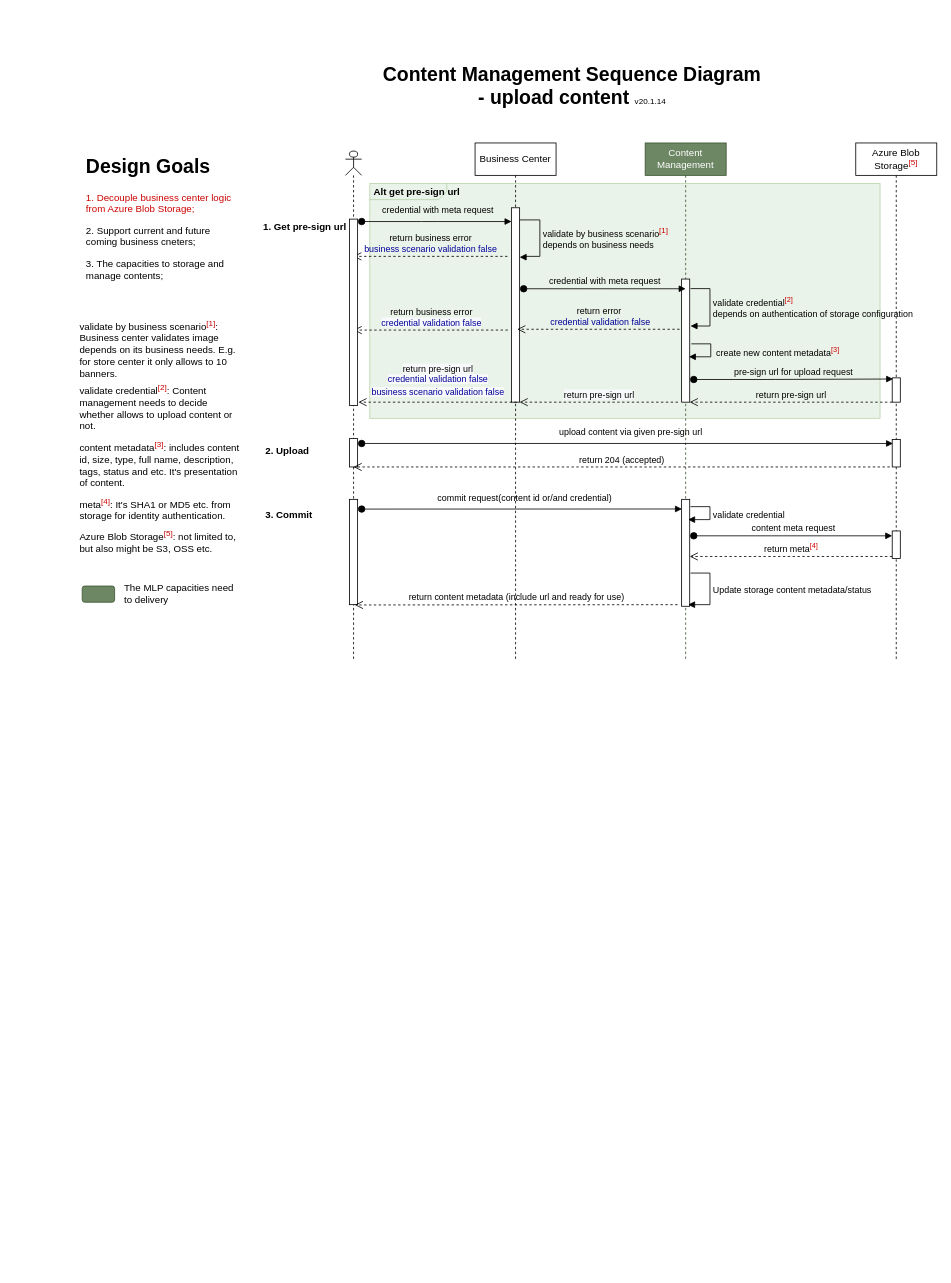
sotheair/designs keeps this draw.io diagram as page "Uploading User Case" (1 of 2) of Mid Layer Platform Content Business Flow.drawio. Above is the earlier version. Source tidied: cells renumbered, new cells numbered last; positions are measured from the earlier drawing's top-left corner, leaving out a move shared by most shapes. Both pictures are drawn from the tidied source at 81%, with x=0, y=0 at pixel (78, 78).
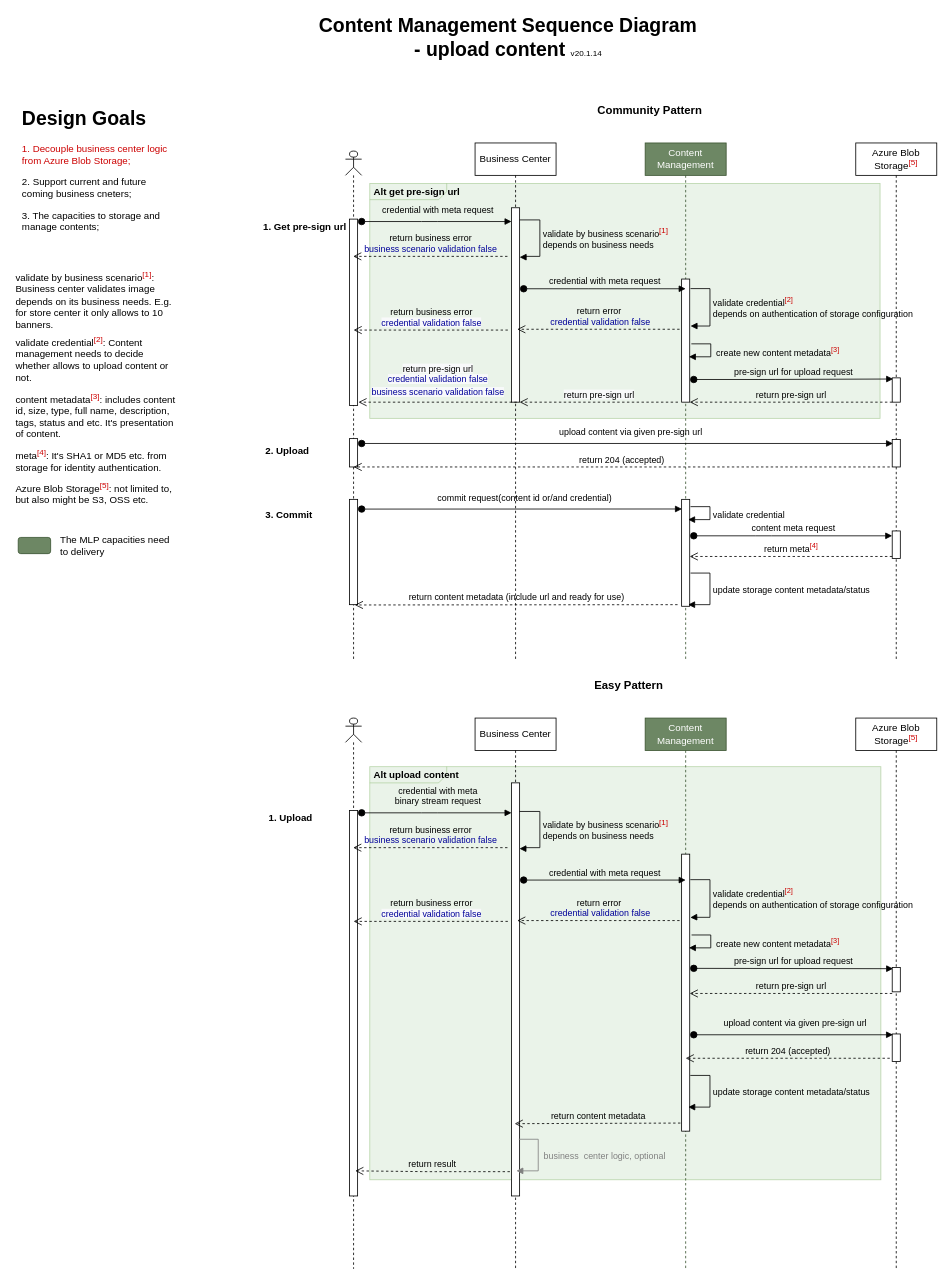
After the change.

Unchanged cells that the change refers to:
```xml
<mxCell id="6" style="shape=umlLifeline;participant=umlActor;perimeter=lifelinePerimeter;whiteSpace=wrap;html=1;verticalAlign=top;spacingTop=36;labelBackgroundColor=#ffffff;outlineConnect=0;size=30;" parent="1" vertex="1">
  <mxGeometry x="330" y="90" width="20" height="630" as="geometry" />
</mxCell>
```

Diff of the diagram source:
```diff
@@
     <mxCell id="15" value="&lt;font&gt;&lt;span style=&quot;font-weight: bold ; font-size: 24px&quot;&gt;Content Management Sequence Diagram&lt;/span&gt;&lt;br&gt;&lt;span style=&quot;font-weight: bold ; font-size: 24px&quot;&gt;- upload content &lt;/span&gt;&lt;font style=&quot;font-size: 10px&quot;&gt;v20.1.14&lt;/font&gt;&lt;br&gt;&lt;/font&gt;" style="text;html=1;strokeColor=none;fillColor=none;align=center;verticalAlign=middle;whiteSpace=wrap;rounded=0;" parent="1" vertex="1">
-      <mxGeometry x="350" width="520" height="20" as="geometry" />
+      <mxGeometry x="271" y="-60" width="520" height="20" as="geometry" />
     </mxCell>
@@
-    <mxCell id="17" value="return business error &lt;br&gt;&lt;font color=&quot;#000099&quot;&gt;business scenario validation false&lt;/font&gt;" style="html=1;verticalAlign=bottom;endArrow=open;dashed=1;endSize=8;labelBackgroundColor=none;" parent="1" edge="1" target="6">
-      <mxGeometry relative="1" as="geometry">
-        <mxPoint x="530" y="220" as="sourcePoint" />
-      </mxGeometry>
-    </mxCell>
@@
-    <mxCell id="24" value="return business error&lt;br&gt;&lt;span style=&quot;font: 11px / 1.2 &amp;#34;helvetica&amp;#34; ; text-align: center ; text-transform: none ; text-indent: 0px ; letter-spacing: normal ; text-decoration: none ; word-spacing: 0px ; display: inline ; white-space: nowrap ; float: none ; overflow-wrap: normal ; background-color: rgb(248 , 249 , 250)&quot;&gt;&lt;font color=&quot;#000099&quot;&gt;credential validation false&lt;/font&gt;&lt;/span&gt;" style="html=1;verticalAlign=bottom;endArrow=open;dashed=1;endSize=8;labelBackgroundColor=none;" parent="1" edge="1">
-      <mxGeometry relative="1" as="geometry">
-        <mxPoint x="530.5" y="311" as="sourcePoint" />
-        <mxPoint x="340" y="311" as="targetPoint" />
-      </mxGeometry>
-    </mxCell>
     <mxCell id="25" value="validate by business scenario&lt;sup&gt;&lt;font color=&quot;#cc0000&quot;&gt;[1]&lt;/font&gt;&lt;/sup&gt;: Business center validates image depends on its business needs. E.g. for store center it only allows to 10 banners.&amp;nbsp;" style="text;html=1;whiteSpace=wrap;" parent="1" vertex="1">
-      <mxGeometry y="290" width="200" height="80" as="geometry" />
+      <mxGeometry x="-79" y="230" width="200" height="80" as="geometry" />
     </mxCell>
     <mxCell id="26" value="validate credential&lt;sup&gt;&lt;font color=&quot;#cc0000&quot;&gt;[2]&lt;/font&gt;&lt;/sup&gt;: Content management needs to decide whether allows to upload content or not." style="text;html=1;whiteSpace=wrap;" parent="1" vertex="1">
-      <mxGeometry y="370" width="200" height="80" as="geometry" />
+      <mxGeometry x="-79" y="310" width="200" height="80" as="geometry" />
     </mxCell>
     <mxCell id="27" value="&lt;h1&gt;Design Goals&lt;/h1&gt;&lt;p&gt;&lt;font color=&quot;#cc0000&quot;&gt;1. Decouple business center logic from Azure Blob Storage;&lt;/font&gt;&lt;/p&gt;&lt;p&gt;2. Support current and future coming business cneters; &amp;nbsp;&lt;/p&gt;&lt;p&gt;3. The capacities to storage and manage contents;&lt;/p&gt;" style="text;html=1;strokeColor=none;fillColor=none;spacing=5;spacingTop=-20;whiteSpace=wrap;overflow=hidden;rounded=0;" parent="1" vertex="1">
-      <mxGeometry x="5" y="90" width="190" height="170" as="geometry" />
+      <mxGeometry x="-74" y="30" width="190" height="170" as="geometry" />
     </mxCell>
     <mxCell id="28" style="rounded=1;whiteSpace=wrap;html=1;fillColor=#6d8764;strokeColor=#3A5431;fontColor=#ffffff;" parent="1" vertex="1">
-      <mxGeometry x="5" y="627" width="40" height="20" as="geometry" />
+      <mxGeometry x="-74" y="567" width="40" height="20" as="geometry" />
     </mxCell>
     <mxCell id="29" value="The MLP capacities need to delivery" style="text;html=1;strokeColor=none;fillColor=none;align=left;verticalAlign=middle;whiteSpace=wrap;rounded=0;" parent="1" vertex="1">
-      <mxGeometry x="55" y="622" width="150" height="30" as="geometry" />
+      <mxGeometry x="-24" y="562" width="150" height="30" as="geometry" />
     </mxCell>
@@
-    <mxCell id="40" value="Update storage content metadata/status" style="edgeStyle=orthogonalEdgeStyle;html=1;align=left;spacingLeft=2;endArrow=block;rounded=0;labelBackgroundColor=none;" parent="1" edge="1">
+    <mxCell id="40" value="update storage content metadata/status" style="edgeStyle=orthogonalEdgeStyle;html=1;align=left;spacingLeft=2;endArrow=block;rounded=0;labelBackgroundColor=none;" parent="1" edge="1">
       <mxGeometry relative="1" as="geometry">
         <mxPoint x="756" y="611" as="sourcePoint" />
         <mxPoint x="753" y="650" as="targetPoint" />
         <Array as="points">
           <mxPoint x="780" y="611" />
           <mxPoint x="780" y="650" />
           <mxPoint x="753" y="650" />
         </Array>
       </mxGeometry>
     </mxCell>
@@
     <mxCell id="45" value="content metadata&lt;sup&gt;&lt;font color=&quot;#cc0000&quot;&gt;[3]&lt;/font&gt;&lt;/sup&gt;: includes content id, size, type, full name, description, tags, status and etc. It's presentation of content." style="text;html=1;whiteSpace=wrap;" parent="1" vertex="1">
-      <mxGeometry y="440" width="200" height="80" as="geometry" />
+      <mxGeometry x="-79" y="380" width="200" height="80" as="geometry" />
     </mxCell>
     <mxCell id="46" value="meta&lt;sup&gt;&lt;font color=&quot;#cc0000&quot;&gt;[4]&lt;/font&gt;&lt;/sup&gt;: It's SHA1 or MD5 etc. from storage for identity authentication." style="text;html=1;whiteSpace=wrap;" parent="1" vertex="1">
-      <mxGeometry y="510" width="200" height="50" as="geometry" />
+      <mxGeometry x="-79" y="450" width="200" height="50" as="geometry" />
     </mxCell>
     <mxCell id="47" value="Azure Blob Storage&lt;sup&gt;&lt;font color=&quot;#cc0000&quot;&gt;[5]&lt;/font&gt;&lt;/sup&gt;: not limited to, but also might be S3, OSS etc. " style="text;html=1;whiteSpace=wrap;" parent="1" vertex="1">
-      <mxGeometry y="550" width="200" height="50" as="geometry" />
+      <mxGeometry x="-79" y="490" width="200" height="50" as="geometry" />
     </mxCell>
+    <mxCell id="48" value="&lt;p style=&quot;margin: 0px ; margin-top: 4px ; margin-left: 5px ; text-align: left&quot;&gt;&lt;b&gt;Alt&lt;/b&gt; &lt;b&gt;upload content&lt;/b&gt;&lt;/p&gt;" style="html=1;shape=mxgraph.sysml.package;overflow=fill;labelX=95;align=left;spacingLeft=5;verticalAlign=top;spacingTop=-3;fillColor=#d5e8d4;strokeColor=#82b366;opacity=50;" parent="1" vertex="1">
+      <mxGeometry x="360" y="850" width="631" height="510" as="geometry" />
+    </mxCell>
+    <mxCell id="49" value="Content Management" style="shape=umlLifeline;perimeter=lifelinePerimeter;whiteSpace=wrap;html=1;fillColor=#6d8764;strokeColor=#3A5431;fontColor=#ffffff;" parent="1" vertex="1">
+      <mxGeometry x="700" y="790" width="100" height="680" as="geometry" />
+    </mxCell>
+    <mxCell id="50" style="html=1;perimeter=orthogonalPerimeter;" parent="49" vertex="1">
+      <mxGeometry x="45" y="168" width="10" height="342" as="geometry" />
+    </mxCell>
+    <mxCell id="51" value="pre-sign url for upload request" style="html=1;verticalAlign=bottom;startArrow=oval;startFill=1;endArrow=block;startSize=8;labelBackgroundColor=none;entryX=0.116;entryY=0.047;entryDx=0;entryDy=0;entryPerimeter=0;" parent="49" edge="1" target="56">
+      <mxGeometry relative="1" as="geometry">
+        <mxPoint x="60" y="309" as="sourcePoint" />
+      </mxGeometry>
+    </mxCell>
+    <mxCell id="52" style="shape=umlLifeline;participant=umlActor;perimeter=lifelinePerimeter;whiteSpace=wrap;html=1;verticalAlign=top;spacingTop=36;labelBackgroundColor=#ffffff;outlineConnect=0;size=30;" parent="1" vertex="1">
+      <mxGeometry x="330" y="790" width="20" height="680" as="geometry" />
+    </mxCell>
+    <mxCell id="53" value="Business Center" style="shape=umlLifeline;perimeter=lifelinePerimeter;whiteSpace=wrap;html=1;" parent="1" vertex="1">
+      <mxGeometry x="490" y="790" width="100" height="680" as="geometry" />
+    </mxCell>
+    <mxCell id="54" style="html=1;points=[];perimeter=orthogonalPerimeter;" parent="53" vertex="1">
+      <mxGeometry x="45" y="80" width="10" height="510" as="geometry" />
+    </mxCell>
+    <mxCell id="55" value="Azure Blob Storage&lt;sup style=&quot;color: rgb(0 , 0 , 0) ; font-family: &amp;#34;quot&amp;#34; ; font-style: normal ; font-variant: normal ; font-weight: 400 ; letter-spacing: normal ; text-align: left ; text-decoration: none ; text-indent: 0px ; text-transform: none ; white-space: nowrap ; word-spacing: 0px&quot;&gt;&lt;font color=&quot;#cc0000&quot;&gt;[5]&lt;/font&gt;&lt;/sup&gt;" style="shape=umlLifeline;perimeter=lifelinePerimeter;whiteSpace=wrap;html=1;" parent="1" vertex="1">
+      <mxGeometry x="960" y="790" width="100" height="680" as="geometry" />
+    </mxCell>
+    <mxCell id="56" style="html=1;points=[];perimeter=orthogonalPerimeter;" parent="55" vertex="1">
+      <mxGeometry x="45" y="308" width="10" height="30" as="geometry" />
+    </mxCell>
+    <mxCell id="57" style="html=1;perimeter=orthogonalPerimeter;" parent="55" vertex="1">
+      <mxGeometry x="45" y="390" width="10" height="34" as="geometry" />
+    </mxCell>
+    <mxCell id="58" value="credential with meta&lt;br&gt;binary stream request" style="html=1;verticalAlign=bottom;startArrow=oval;startFill=1;endArrow=block;startSize=8;labelBackgroundColor=none;" parent="1" edge="1" target="54">
+      <mxGeometry x="0.01" y="5" relative="1" as="geometry">
+        <mxPoint x="350" y="907" as="sourcePoint" />
+        <Array as="points">
+          <mxPoint x="434" y="907" />
+        </Array>
+        <mxPoint x="1" as="offset" />
+      </mxGeometry>
+    </mxCell>
+    <mxCell id="59" value="validate by business scenario&lt;sup&gt;&lt;font color=&quot;#cc0000&quot; style=&quot;font-size: 10px&quot;&gt;[1]&lt;/font&gt;&lt;/sup&gt;&amp;nbsp;&lt;br&gt;depends on business needs&amp;nbsp;" style="edgeStyle=orthogonalEdgeStyle;html=1;align=left;spacingLeft=2;endArrow=block;rounded=0;labelBackgroundColor=none;" parent="1" edge="1">
+      <mxGeometry relative="1" as="geometry">
+        <mxPoint x="544.8" y="905.3" as="sourcePoint" />
+        <mxPoint x="544.8" y="951.2" as="targetPoint" />
+        <Array as="points">
+          <mxPoint x="570" y="905" />
+          <mxPoint x="570" y="950" />
+          <mxPoint x="550" y="950" />
+          <mxPoint x="550" y="951" />
+        </Array>
+      </mxGeometry>
+    </mxCell>
+    <mxCell id="60" value="credential with meta request" style="html=1;verticalAlign=bottom;startArrow=oval;startFill=1;endArrow=block;startSize=8;labelBackgroundColor=none;" parent="1" edge="1">
+      <mxGeometry relative="1" as="geometry">
+        <mxPoint x="550" y="990" as="sourcePoint" />
+        <mxPoint x="750" y="990" as="targetPoint" />
+        <Array as="points">
+          <mxPoint x="640.5" y="990" />
+        </Array>
+      </mxGeometry>
+    </mxCell>
+    <mxCell id="61" value="validate credential&lt;sup&gt;&lt;font color=&quot;#cc0000&quot;&gt;[2]&lt;/font&gt;&lt;/sup&gt;&amp;nbsp;&lt;br&gt;depends on authentication of storage configuration&amp;nbsp;" style="edgeStyle=orthogonalEdgeStyle;html=1;align=left;spacingLeft=2;endArrow=block;rounded=0;labelBackgroundColor=none;" parent="1" edge="1">
+      <mxGeometry relative="1" as="geometry">
+        <mxPoint x="755.7" y="989.5" as="sourcePoint" />
+        <mxPoint x="755.7" y="1036.2" as="targetPoint" />
+        <Array as="points">
+          <mxPoint x="780" y="990" />
+          <mxPoint x="780" y="1036" />
+          <mxPoint x="760" y="1036" />
+        </Array>
+      </mxGeometry>
+    </mxCell>
+    <mxCell id="62" value="return error&lt;br&gt;&amp;nbsp;&lt;font color=&quot;#000099&quot;&gt;credential validation false&lt;/font&gt;" style="html=1;verticalAlign=bottom;endArrow=open;dashed=1;endSize=8;labelBackgroundColor=none;" parent="1" edge="1">
+      <mxGeometry relative="1" as="geometry">
+        <mxPoint x="742.5" y="1040" as="sourcePoint" />
+        <mxPoint x="542" y="1040" as="targetPoint" />
+      </mxGeometry>
+    </mxCell>
+    <mxCell id="63" value="&amp;nbsp;create new content metadata&lt;sup style=&quot;color: rgb(0 , 0 , 0) ; font-family: &amp;#34;helvetica&amp;#34; ; font-size: 9.13px ; font-style: normal ; font-variant: normal ; font-weight: 400 ; letter-spacing: normal ; text-align: left ; text-decoration: none ; text-indent: 0px ; text-transform: none ; white-space: nowrap ; word-spacing: 0px&quot;&gt;&lt;font color=&quot;#cc0000&quot;&gt;[3]&lt;/font&gt;&lt;/sup&gt;" style="edgeStyle=orthogonalEdgeStyle;html=1;align=left;spacingLeft=2;endArrow=block;rounded=0;labelBackgroundColor=none;" parent="1" edge="1">
+      <mxGeometry relative="1" as="geometry">
+        <mxPoint x="757.3" y="1057.8" as="sourcePoint" />
+        <mxPoint x="754" y="1073.7" as="targetPoint" />
+        <Array as="points">
+          <mxPoint x="781" y="1058" />
+          <mxPoint x="781" y="1074" />
+          <mxPoint x="754" y="1074" />
+        </Array>
+      </mxGeometry>
+    </mxCell>
+    <mxCell id="64" style="html=1;perimeter=orthogonalPerimeter;align=left;" parent="1" vertex="1">
+      <mxGeometry x="335" y="904" width="10" height="476" as="geometry" />
+    </mxCell>
+    <mxCell id="65" value="return pre-sign url" style="html=1;verticalAlign=bottom;endArrow=open;dashed=1;endSize=8;labelBackgroundColor=none;" parent="1" edge="1">
+      <mxGeometry relative="1" as="geometry">
+        <mxPoint x="1005" y="1130" as="sourcePoint" />
+        <mxPoint x="755" y="1130" as="targetPoint" />
+      </mxGeometry>
+    </mxCell>
+    <mxCell id="66" value="upload content via given pre-sign url" style="html=1;verticalAlign=bottom;startArrow=oval;startFill=1;endArrow=block;startSize=8;labelBackgroundColor=none;" parent="1" edge="1">
+      <mxGeometry x="0.01" y="5" relative="1" as="geometry">
+        <mxPoint x="760" y="1181" as="sourcePoint" />
+        <mxPoint x="1006" y="1181" as="targetPoint" />
+        <mxPoint x="1" as="offset" />
+      </mxGeometry>
+    </mxCell>
+    <mxCell id="67" value="return 204 (accepted)" style="html=1;verticalAlign=bottom;endArrow=open;dashed=1;endSize=8;labelBackgroundColor=none;" parent="1" edge="1">
+      <mxGeometry relative="1" as="geometry">
+        <mxPoint x="1002" y="1210" as="sourcePoint" />
+        <mxPoint x="750" y="1210" as="targetPoint" />
+      </mxGeometry>
+    </mxCell>
+    <mxCell id="68" value="update storage content metadata/status" style="edgeStyle=orthogonalEdgeStyle;html=1;align=left;spacingLeft=2;endArrow=block;rounded=0;labelBackgroundColor=none;" parent="1" edge="1">
+      <mxGeometry relative="1" as="geometry">
+        <mxPoint x="755.7" y="1231.2" as="sourcePoint" />
+        <mxPoint x="753.2" y="1270.3" as="targetPoint" />
+        <Array as="points">
+          <mxPoint x="780" y="1231" />
+          <mxPoint x="780" y="1270" />
+          <mxPoint x="753" y="1270" />
+        </Array>
+      </mxGeometry>
+    </mxCell>
+    <mxCell id="69" value="return content metadata" style="html=1;verticalAlign=bottom;endArrow=open;dashed=1;endSize=8;labelBackgroundColor=none;entryX=0.389;entryY=0.825;entryDx=0;entryDy=0;entryPerimeter=0;" parent="1" edge="1" target="54">
+      <mxGeometry relative="1" as="geometry">
+        <mxPoint x="743.5" y="1290" as="sourcePoint" />
+      </mxGeometry>
+    </mxCell>
+    <mxCell id="70" value="&lt;b&gt;1. Upload&lt;/b&gt;" style="text;html=1;strokeColor=none;fillColor=none;align=center;verticalAlign=middle;whiteSpace=wrap;rounded=0;opacity=50;" parent="1" vertex="1">
+      <mxGeometry x="225" y="904" width="75" height="20" as="geometry" />
+    </mxCell>
+    <mxCell id="71" value="return result" style="html=1;verticalAlign=bottom;endArrow=open;dashed=1;endSize=8;labelBackgroundColor=none;" parent="1" edge="1">
+      <mxGeometry relative="1" as="geometry">
+        <mxPoint x="533" y="1350" as="sourcePoint" />
+        <mxPoint x="342" y="1349" as="targetPoint" />
+        <Array as="points">
+          <mxPoint x="431" y="1350" />
+        </Array>
+      </mxGeometry>
+    </mxCell>
+    <mxCell id="72" value="return business error&lt;br&gt;&lt;span style=&quot;font: 11px / 1.2 &amp;#34;helvetica&amp;#34; ; text-align: center ; text-transform: none ; text-indent: 0px ; letter-spacing: normal ; text-decoration: none ; word-spacing: 0px ; display: inline ; white-space: nowrap ; float: none ; overflow-wrap: normal ; background-color: rgb(248 , 249 , 250)&quot;&gt;&lt;font color=&quot;#000099&quot;&gt;credential validation false&lt;/font&gt;&lt;/span&gt;" style="html=1;verticalAlign=bottom;endArrow=open;dashed=1;endSize=8;labelBackgroundColor=none;" parent="1" edge="1">
+      <mxGeometry relative="1" as="geometry">
+        <mxPoint x="530.5" y="1041" as="sourcePoint" />
+        <mxPoint x="340" y="1041" as="targetPoint" />
+      </mxGeometry>
+    </mxCell>
+    <mxCell id="73" value="return business error &lt;br&gt;&lt;font color=&quot;#000099&quot;&gt;business scenario validation false&lt;/font&gt;" style="html=1;verticalAlign=bottom;endArrow=open;dashed=1;endSize=8;labelBackgroundColor=none;" parent="1" edge="1" target="52">
+      <mxGeometry relative="1" as="geometry">
+        <mxPoint x="530" y="950" as="sourcePoint" />
+      </mxGeometry>
+    </mxCell>
+    <mxCell id="24" value="return business error&lt;br&gt;&lt;span style=&quot;font: 11px / 1.2 &amp;#34;helvetica&amp;#34; ; text-align: center ; text-transform: none ; text-indent: 0px ; letter-spacing: normal ; text-decoration: none ; word-spacing: 0px ; display: inline ; white-space: nowrap ; float: none ; overflow-wrap: normal ; background-color: rgb(248 , 249 , 250)&quot;&gt;&lt;font color=&quot;#000099&quot;&gt;credential validation false&lt;/font&gt;&lt;/span&gt;" style="html=1;verticalAlign=bottom;endArrow=open;dashed=1;endSize=8;labelBackgroundColor=none;" parent="1" edge="1">
+      <mxGeometry relative="1" as="geometry">
+        <mxPoint x="530.5" y="311" as="sourcePoint" />
+        <mxPoint x="340" y="311" as="targetPoint" />
+      </mxGeometry>
+    </mxCell>
+    <mxCell id="17" value="return business error &lt;br&gt;&lt;font color=&quot;#000099&quot;&gt;business scenario validation false&lt;/font&gt;" style="html=1;verticalAlign=bottom;endArrow=open;dashed=1;endSize=8;labelBackgroundColor=none;" parent="1" edge="1" target="6">
+      <mxGeometry relative="1" as="geometry">
+        <mxPoint x="530" y="220" as="sourcePoint" />
+      </mxGeometry>
+    </mxCell>
+    <mxCell id="74" value="&lt;font style=&quot;font-size: 14px&quot;&gt;&lt;b&gt;Community Pattern&lt;/b&gt;&lt;/font&gt;" style="text;html=1;strokeColor=none;fillColor=none;align=center;verticalAlign=middle;whiteSpace=wrap;rounded=0;" parent="1" vertex="1">
+      <mxGeometry x="631" y="30" width="150" height="20" as="geometry" />
+    </mxCell>
+    <mxCell id="75" value="&lt;font style=&quot;font-size: 14px&quot;&gt;&lt;b&gt;Easy Pattern&lt;/b&gt;&lt;/font&gt;" style="text;html=1;strokeColor=none;fillColor=none;align=center;verticalAlign=middle;whiteSpace=wrap;rounded=0;" parent="1" vertex="1">
+      <mxGeometry x="605" y="740" width="150" height="20" as="geometry" />
+    </mxCell>
+    <mxCell id="76" value="&lt;font color=&quot;#808080&quot;&gt;&amp;nbsp;business&amp;nbsp; center logic, optional&lt;br&gt;&lt;/font&gt;" style="edgeStyle=orthogonalEdgeStyle;html=1;align=left;spacingLeft=2;endArrow=block;rounded=0;labelBackgroundColor=none;strokeColor=#808080;" parent="1" edge="1">
+      <mxGeometry relative="1" as="geometry">
+        <mxPoint x="544" y="1310" as="sourcePoint" />
+        <mxPoint x="541" y="1349" as="targetPoint" />
+        <Array as="points">
+          <mxPoint x="568" y="1310" />
+          <mxPoint x="568" y="1349" />
+          <mxPoint x="541" y="1349" />
+        </Array>
+      </mxGeometry>
+    </mxCell>
```
